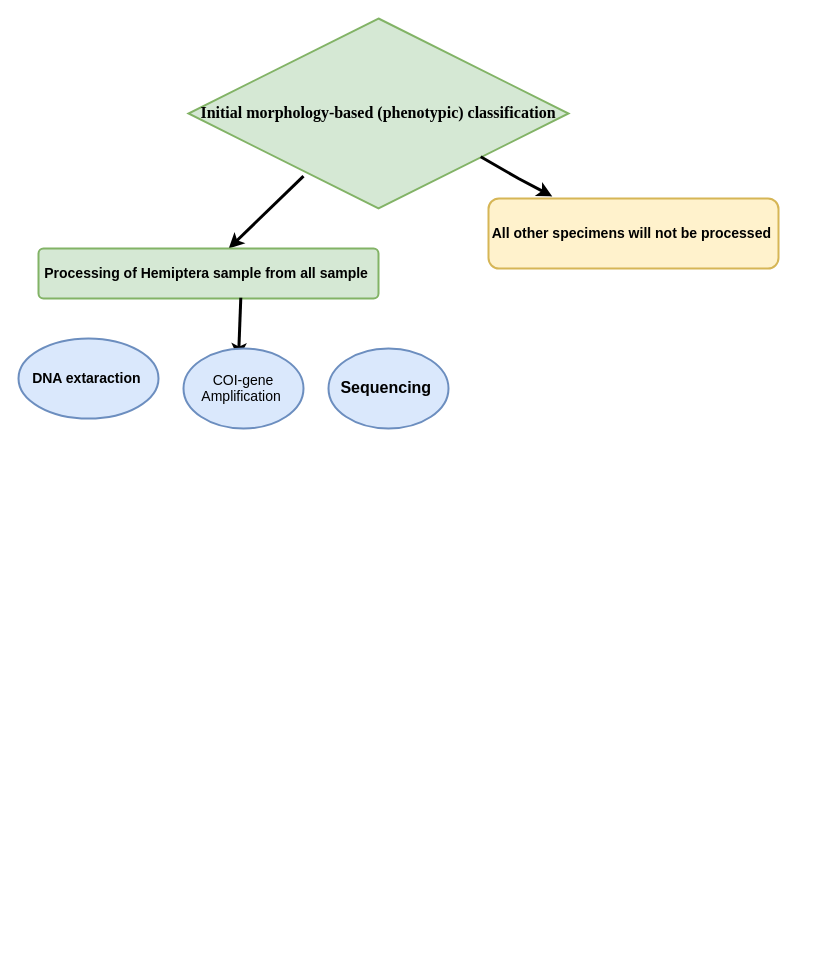
Before: Untitled Diagram.drawio in AberaKU/New-Project-on-Insects, a draw.io diagram. Source tidied: cells renumbered, new cells numbered last; positions are measured from the earlier drawing's top-left corner, leaving out a move shared by most shapes. Both pictures are drawn from the tidied source at 100%, with x=0, y=0 at pixel (18, 18).
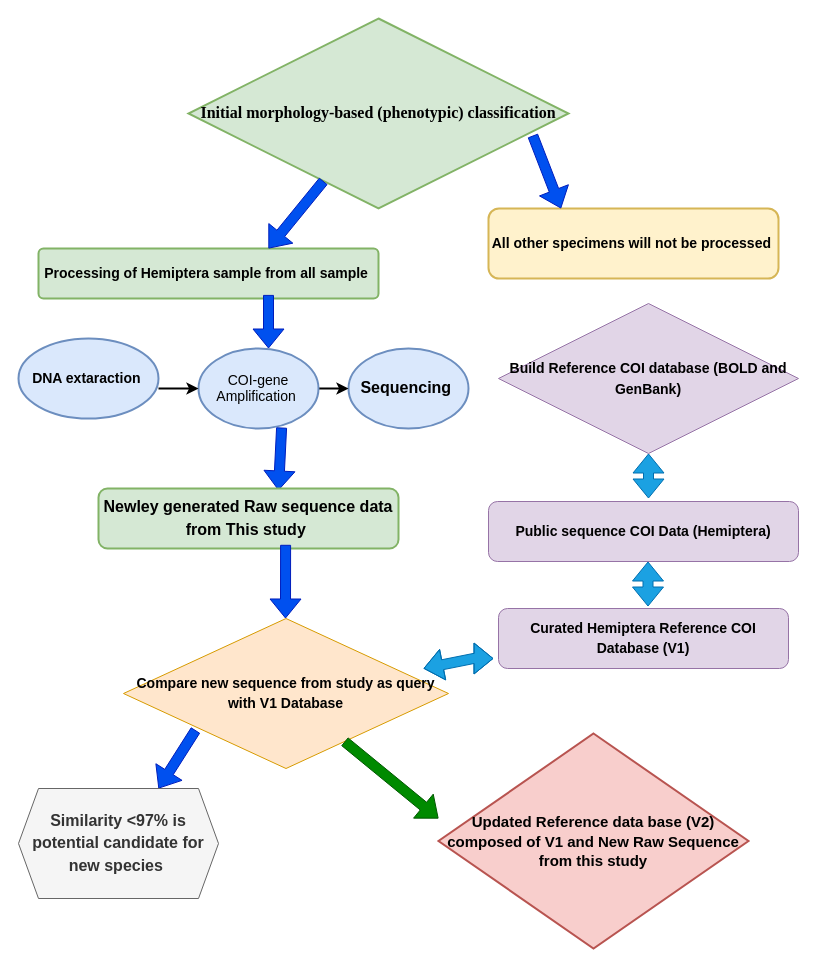
The same page after the edit.

The change refers to these unchanged cells:
```xml
<mxCell id="2" value="&lt;font style=&quot;font-size: 16px; line-height: 140%;&quot; face=&quot;Times New Roman&quot;&gt;&lt;b&gt;Initial morphology-based (phenotypic) classification&lt;/b&gt;&lt;/font&gt;" style="rhombus;whiteSpace=wrap;html=1;shapeInside=1;strokeWidth=2;fillColor=#d5e8d4;strokeColor=#82b366;" parent="1" vertex="1">
  <mxGeometry x="170" width="380" height="190" as="geometry" />
</mxCell>
<mxCell id="4" value="&lt;font style=&quot;font-size: 14px;&quot;&gt;&lt;b style=&quot;line-height: 160%;&quot;&gt;Processing of Hemiptera sample from all sample&amp;nbsp;&lt;/b&gt;&lt;/font&gt;" style="rounded=1;whiteSpace=wrap;html=1;arcSize=10;strokeWidth=2;fillColor=#d5e8d4;strokeColor=#82b366;" parent="1" vertex="1">
  <mxGeometry x="20" y="230" width="340" height="50" as="geometry" />
</mxCell>
```

The edit, as a diff of the source:
```diff
@@
-    <mxCell id="3" style="endArrow=classic;html=1;rounded=0;fontFamily=Helvetica;fontSize=12;fontColor=default;strokeWidth=3;" parent="1" edge="1">
-      <mxGeometry relative="1" as="geometry">
-        <mxPoint x="285" y="157.6" as="sourcePoint" />
-        <mxPoint x="209.7" y="230" as="targetPoint" />
-        <Array as="points">
-          <mxPoint x="210.2" y="230" />
-        </Array>
-      </mxGeometry>
-    </mxCell>
@@
-    <mxCell id="5" style="endArrow=classic;html=1;rounded=0;fontFamily=Helvetica;fontSize=12;fontColor=default;strokeWidth=3;entryX=0.22;entryY=-0.03;entryDx=0;entryDy=0;entryPerimeter=0;exitX=0.769;exitY=0.728;exitDx=0;exitDy=0;exitPerimeter=0;" parent="1" edge="1" source="2" target="6">
-      <mxGeometry relative="1" as="geometry">
-        <Array as="points">
-          <mxPoint x="500" y="160" />
-        </Array>
-      </mxGeometry>
-    </mxCell>
     <mxCell id="6" value="&lt;font style=&quot;font-size: 14px;&quot;&gt;&lt;b style=&quot;line-height: 160%;&quot;&gt;All other specimens will not be processed&lt;/b&gt;&lt;/font&gt;&amp;nbsp;" style="rounded=1;whiteSpace=wrap;html=1;strokeWidth=2;fillColor=#fff2cc;strokeColor=#d6b656;" parent="1" vertex="1">
-      <mxGeometry x="470" y="180" width="290" height="70" as="geometry" />
+      <mxGeometry x="470" y="190" width="290" height="70" as="geometry" />
     </mxCell>
-    <mxCell id="7" style="endArrow=classic;html=1;rounded=0;fontFamily=Helvetica;fontSize=12;fontColor=default;strokeWidth=3;exitX=0.595;exitY=0.986;exitDx=0;exitDy=0;exitPerimeter=0;" parent="1" edge="1" source="4">
-      <mxGeometry relative="1" as="geometry">
-        <mxPoint x="220" y="340" as="targetPoint" />
-      </mxGeometry>
-    </mxCell>
     <mxCell id="8" value="&lt;font style=&quot;font-size: 16px;&quot;&gt;&lt;b style=&quot;line-height: 140%;&quot;&gt;Sequencing&amp;nbsp;&lt;/b&gt;&lt;/font&gt;" style="ellipse;whiteSpace=wrap;html=1;shapeInside=1;fillColor=#dae8fc;strokeColor=#6c8ebf;strokeWidth=2;" parent="1" vertex="1">
-      <mxGeometry x="310" y="330" width="120" height="80" as="geometry" />
+      <mxGeometry x="330" y="330" width="120" height="80" as="geometry" />
     </mxCell>
@@
+    <mxCell id="11" style="edgeStyle=orthogonalEdgeStyle;rounded=0;jettySize=auto;html=1;exitX=1;exitY=0.5;exitDx=0;exitDy=0;fontFamily=Helvetica;fontSize=12;fontColor=default;strokeWidth=2;" parent="1" edge="1" source="10" target="8">
+      <mxGeometry relative="1" as="geometry" />
+    </mxCell>
     <mxCell id="10" value="&lt;font style=&quot;font-size: 14px; line-height: 100%;&quot;&gt;COI-gene Amplification&amp;nbsp;&lt;/font&gt;" style="ellipse;whiteSpace=wrap;html=1;shapeInside=1;strokeWidth=2;fillColor=#dae8fc;strokeColor=#6c8ebf;" parent="1" vertex="1">
-      <mxGeometry x="165" y="330" width="120" height="80" as="geometry" />
+      <mxGeometry x="180" y="330" width="120" height="80" as="geometry" />
     </mxCell>
+    <mxCell id="12" style="endArrow=classic;html=1;rounded=0;fontFamily=Helvetica;fontSize=12;fontColor=default;entryX=0;entryY=0.5;entryDx=0;entryDy=0;strokeWidth=2;" parent="1" edge="1" target="10">
+      <mxGeometry relative="1" as="geometry">
+        <mxPoint x="140" y="370" as="sourcePoint" />
+      </mxGeometry>
+    </mxCell>
+    <mxCell id="13" value="&lt;font style=&quot;font-size: 14px; line-height: 150%;&quot;&gt;&lt;b&gt;Build Reference COI database (BOLD and GenBank)&lt;/b&gt;&lt;/font&gt;" style="rhombus;whiteSpace=wrap;html=1;shapeInside=1;fillColor=#e1d5e7;strokeColor=#9673a6;" parent="1" vertex="1">
+      <mxGeometry x="480" y="285" width="300" height="150" as="geometry" />
+    </mxCell>
+    <mxCell id="14" value="&lt;font style=&quot;font-size: 14px;&quot;&gt;&lt;b style=&quot;line-height: 140%;&quot;&gt;Public sequence COI Data (Hemiptera)&lt;/b&gt;&lt;/font&gt;" style="rounded=1;whiteSpace=wrap;html=1;fillColor=#e1d5e7;strokeColor=#9673a6;" parent="1" vertex="1">
+      <mxGeometry x="470" y="483" width="310" height="60" as="geometry" />
+    </mxCell>
+    <mxCell id="15" value="&lt;font style=&quot;font-size: 14px;&quot;&gt;&lt;b style=&quot;line-height: 140%;&quot;&gt;Curated Hemiptera Reference COI Database (V1)&lt;/b&gt;&lt;/font&gt;" style="rounded=1;whiteSpace=wrap;html=1;fillColor=#e1d5e7;strokeColor=#9673a6;" parent="1" vertex="1">
+      <mxGeometry x="480" y="590" width="290" height="60" as="geometry" />
+    </mxCell>
+    <mxCell id="16" style="shape=flexArrow;endArrow=classic;startArrow=classic;html=1;rounded=0;fontFamily=Helvetica;fontSize=12;fontColor=default;entryX=0.5;entryY=1;entryDx=0;entryDy=0;fillColor=#1ba1e2;strokeColor=#006EAF;" parent="1" edge="1" target="13">
+      <mxGeometry relative="1" as="geometry">
+        <mxPoint x="630" y="480" as="sourcePoint" />
+      </mxGeometry>
+    </mxCell>
+    <mxCell id="17" style="shape=flexArrow;endArrow=classic;startArrow=classic;html=1;rounded=0;fontFamily=Helvetica;fontSize=12;fontColor=default;entryX=0.5;entryY=1;entryDx=0;entryDy=0;fillColor=#1ba1e2;strokeColor=#006EAF;" parent="1" edge="1">
+      <mxGeometry relative="1" as="geometry">
+        <mxPoint x="629.5" y="588" as="sourcePoint" />
+        <mxPoint x="629.5" y="543" as="targetPoint" />
+      </mxGeometry>
+    </mxCell>
+    <mxCell id="18" style="shape=flexArrow;endArrow=classic;html=1;rounded=0;fontFamily=Helvetica;fontSize=12;fontColor=default;fillColor=#0050ef;strokeColor=#001DBC;entryX=0.523;entryY=0.05;entryDx=0;entryDy=0;entryPerimeter=0;" parent="1" edge="1">
+      <mxGeometry relative="1" as="geometry">
+        <mxPoint x="263.1" y="409" as="sourcePoint" />
+        <mxPoint x="260" y="472" as="targetPoint" />
+      </mxGeometry>
+    </mxCell>
+    <mxCell id="19" value="&lt;font style=&quot;font-size: 16px;&quot;&gt;&lt;b style=&quot;line-height: 140%;&quot;&gt;&lt;font&gt;Newley generated Raw sequence data from This study&lt;/font&gt;&amp;nbsp;&lt;/b&gt;&lt;/font&gt;" style="rounded=1;whiteSpace=wrap;html=1;strokeWidth=2;fillColor=#d5e8d4;strokeColor=#82b366;" parent="1" vertex="1">
+      <mxGeometry x="80" y="470" width="300" height="60" as="geometry" />
+    </mxCell>
+    <mxCell id="20" style="shape=flexArrow;endArrow=classic;html=1;rounded=0;fontFamily=Helvetica;fontSize=12;fontColor=default;fillColor=#0050ef;strokeColor=#001DBC;exitX=0.626;exitY=0.939;exitDx=0;exitDy=0;exitPerimeter=0;" parent="1" edge="1">
+      <mxGeometry relative="1" as="geometry">
+        <mxPoint x="267.1" y="526.3" as="sourcePoint" />
+        <mxPoint x="267" y="600" as="targetPoint" />
+      </mxGeometry>
+    </mxCell>
+    <mxCell id="21" value="&lt;font style=&quot;font-size: 14px;&quot;&gt;&lt;b style=&quot;line-height: 140%;&quot;&gt;Compare new sequence from study as query with V1 Database&lt;/b&gt;&lt;/font&gt;" style="rhombus;whiteSpace=wrap;html=1;shapeInside=1;fillColor=#ffe6cc;strokeColor=#d79b00;" parent="1" vertex="1">
+      <mxGeometry x="105" y="600" width="325" height="150" as="geometry" />
+    </mxCell>
+    <mxCell id="22" style="shape=flexArrow;endArrow=classic;html=1;rounded=0;fontFamily=Helvetica;fontSize=12;fontColor=default;entryX=0.5;entryY=0;entryDx=0;entryDy=0;fillColor=#0050ef;strokeColor=#001DBC;" parent="1" edge="1">
+      <mxGeometry relative="1" as="geometry">
+        <mxPoint x="250" y="276.4" as="sourcePoint" />
+        <mxPoint x="250" y="330" as="targetPoint" />
+      </mxGeometry>
+    </mxCell>
+    <mxCell id="23" style="shape=flexArrow;endArrow=classic;html=1;rounded=0;fontFamily=Helvetica;fontSize=12;fontColor=default;entryX=0.5;entryY=0;entryDx=0;entryDy=0;fillColor=#0050ef;strokeColor=#001DBC;" parent="1" edge="1" source="2">
+      <mxGeometry relative="1" as="geometry">
+        <mxPoint x="250" y="230" as="targetPoint" />
+      </mxGeometry>
+    </mxCell>
+    <mxCell id="5" style="shape=flexArrow;endArrow=classic;html=1;rounded=0;fontFamily=Helvetica;fontSize=12;fontColor=default;fillColor=#0050ef;strokeColor=#001DBC;exitX=0.906;exitY=0.616;exitDx=0;exitDy=0;exitPerimeter=0;entryX=0.25;entryY=0;entryDx=0;entryDy=0;" parent="1" edge="1" source="2" target="6">
+      <mxGeometry relative="1" as="geometry" />
+    </mxCell>
+    <mxCell id="24" style="shape=flexArrow;endArrow=classic;html=1;rounded=0;fontFamily=Helvetica;fontSize=12;fontColor=default;fillColor=#0050ef;strokeColor=#001DBC;exitX=0.222;exitY=0.744;exitDx=0;exitDy=0;exitPerimeter=0;" parent="1" edge="1" source="21">
+      <mxGeometry relative="1" as="geometry">
+        <mxPoint x="140" y="770" as="targetPoint" />
+      </mxGeometry>
+    </mxCell>
+    <mxCell id="25" value="&lt;b&gt;&lt;font style=&quot;line-height: 140%; font-size: 16px;&quot;&gt;Similarity &amp;lt;97% is potential candidate for new species&amp;nbsp;&lt;/font&gt;&lt;/b&gt;" style="shape=hexagon;perimeter=hexagonPerimeter2;whiteSpace=wrap;html=1;shapeInside=1;fixedSize=1;fillColor=#f5f5f5;strokeColor=#666666;fontColor=#333333;" parent="1" vertex="1">
+      <mxGeometry y="770" width="200" height="110" as="geometry" />
+    </mxCell>
+    <mxCell id="26" style="shape=flexArrow;endArrow=classic;startArrow=classic;html=1;rounded=0;fontFamily=Helvetica;fontSize=12;fontColor=default;fillColor=#1ba1e2;strokeColor=#006EAF;" parent="1" edge="1">
+      <mxGeometry relative="1" as="geometry">
+        <mxPoint x="405" y="650" as="sourcePoint" />
+        <mxPoint x="475" y="640" as="targetPoint" />
+        <Array as="points">
+          <mxPoint x="455" y="640" />
+        </Array>
+      </mxGeometry>
+    </mxCell>
+    <mxCell id="27" style="shape=flexArrow;endArrow=classic;html=1;rounded=0;fontFamily=Helvetica;fontSize=12;fontColor=default;fillColor=#008a00;strokeColor=#005700;" parent="1" edge="1" source="21">
+      <mxGeometry relative="1" as="geometry">
+        <mxPoint x="420" y="800" as="targetPoint" />
+      </mxGeometry>
+    </mxCell>
+    <mxCell id="28" value="&lt;b&gt;&lt;font style=&quot;font-size: 15px; line-height: 130%;&quot;&gt;Updated Reference data base (V2) composed of V1 and New Raw Sequence from this study&lt;/font&gt;&lt;/b&gt;" style="rhombus;whiteSpace=wrap;html=1;shapeInside=1;strokeWidth=2;fillColor=#f8cecc;strokeColor=#b85450;" parent="1" vertex="1">
+      <mxGeometry x="420" y="715" width="310" height="215" as="geometry" />
+    </mxCell>
```
